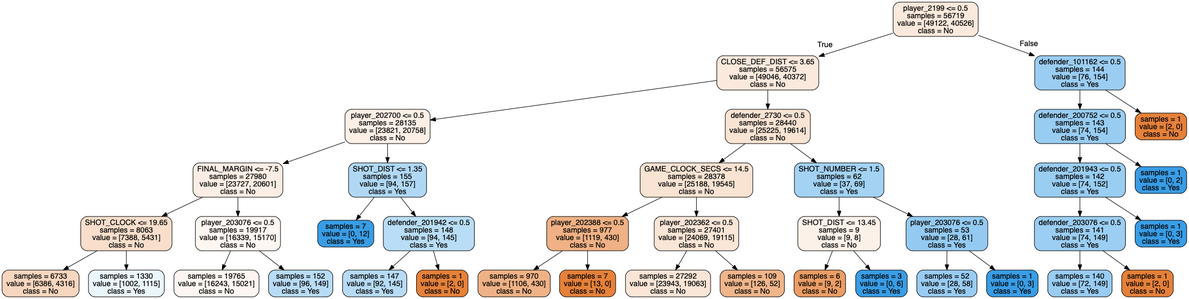
The Graphviz diagram forest_tree5.png in tianyi5309/303project, before a commit. Its source is kept beside it as forest_tree5.dot.
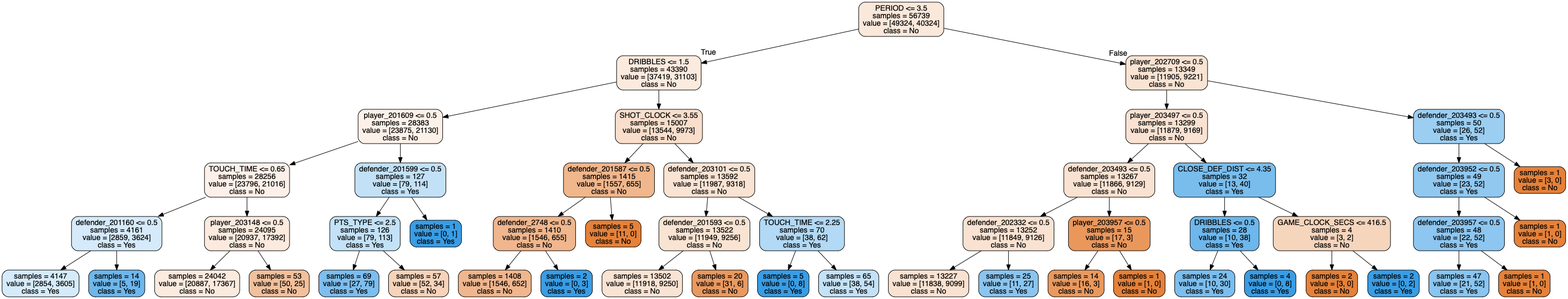
Later version of the same file.

What changed in the source:
```diff
@@ -1,81 +1,105 @@
 digraph Tree {
 node [shape=box, style="filled, rounded", color="black", fontname=helvetica] ;
 edge [fontname=helvetica] ;
-0 [label="player_2199 <= 0.5\nsamples = 56719\nvalue = [49122, 40526]\nclass = No", fillcolor="#fae9dc"] ;
-1 [label="CLOSE_DEF_DIST <= 3.65\nsamples = 56575\nvalue = [49046, 40372]\nclass = No", fillcolor="#fae9dc"] ;
+0 [label="PERIOD <= 3.5\nsamples = 56739\nvalue = [49324, 40324]\nclass = No", fillcolor="#fae8db"] ;
+1 [label="DRIBBLES <= 1.5\nsamples = 43390\nvalue = [37419, 31103]\nclass = No", fillcolor="#fbeade"] ;
 0 -> 1 [labeldistance=2.5, labelangle=45, headlabel="True"] ;
-2 [label="player_202700 <= 0.5\nsamples = 28135\nvalue = [23821, 20758]\nclass = No", fillcolor="#fcefe6"] ;
+2 [label="player_201609 <= 0.5\nsamples = 28383\nvalue = [23875, 21130]\nclass = No", fillcolor="#fcf1e8"] ;
 1 -> 2 ;
-3 [label="FINAL_MARGIN <= -7.5\nsamples = 27980\nvalue = [23727, 20601]\nclass = No", fillcolor="#fceee5"] ;
+3 [label="TOUCH_TIME <= 0.65\nsamples = 28256\nvalue = [23796, 21016]\nclass = No", fillcolor="#fcf0e8"] ;
 2 -> 3 ;
-4 [label="SHOT_CLOCK <= 19.65\nsamples = 8063\nvalue = [7388, 5431]\nclass = No", fillcolor="#f8decb"] ;
+4 [label="defender_201160 <= 0.5\nsamples = 4161\nvalue = [2859, 3624]\nclass = Yes", fillcolor="#d5eafa"] ;
 3 -> 4 ;
-5 [label="samples = 6733\nvalue = [6386, 4316]\nclass = No", fillcolor="#f7d6bf"] ;
+5 [label="samples = 4147\nvalue = [2854, 3605]\nclass = Yes", fillcolor="#d6ebfa"] ;
 4 -> 5 ;
-6 [label="samples = 1330\nvalue = [1002, 1115]\nclass = Yes", fillcolor="#ebf5fc"] ;
+6 [label="samples = 14\nvalue = [5, 19]\nclass = Yes", fillcolor="#6db7ec"] ;
 4 -> 6 ;
-7 [label="player_203076 <= 0.5\nsamples = 19917\nvalue = [16339, 15170]\nclass = No", fillcolor="#fdf6f1"] ;
+7 [label="player_203148 <= 0.5\nsamples = 24095\nvalue = [20937, 17392]\nclass = No", fillcolor="#fbeadd"] ;
 3 -> 7 ;
-8 [label="samples = 19765\nvalue = [16243, 15021]\nclass = No", fillcolor="#fdf6f0"] ;
+8 [label="samples = 24042\nvalue = [20887, 17367]\nclass = No", fillcolor="#fbeade"] ;
 7 -> 8 ;
-9 [label="samples = 152\nvalue = [96, 149]\nclass = Yes", fillcolor="#b9dcf6"] ;
+9 [label="samples = 53\nvalue = [50, 25]\nclass = No", fillcolor="#f2c09c"] ;
 7 -> 9 ;
-10 [label="SHOT_DIST <= 1.35\nsamples = 155\nvalue = [94, 157]\nclass = Yes", fillcolor="#b0d8f5"] ;
+10 [label="defender_201599 <= 0.5\nsamples = 127\nvalue = [79, 114]\nclass = Yes", fillcolor="#c2e1f7"] ;
 2 -> 10 ;
-11 [label="samples = 7\nvalue = [0, 12]\nclass = Yes", fillcolor="#399de5"] ;
+11 [label="PTS_TYPE <= 2.5\nsamples = 126\nvalue = [79, 113]\nclass = Yes", fillcolor="#c3e2f7"] ;
 10 -> 11 ;
-12 [label="defender_201942 <= 0.5\nsamples = 148\nvalue = [94, 145]\nclass = Yes", fillcolor="#b9ddf6"] ;
-10 -> 12 ;
-13 [label="samples = 147\nvalue = [92, 145]\nclass = Yes", fillcolor="#b7dbf5"] ;
-12 -> 13 ;
-14 [label="samples = 1\nvalue = [2, 0]\nclass = No", fillcolor="#e58139"] ;
-12 -> 14 ;
-15 [label="defender_2730 <= 0.5\nsamples = 28440\nvalue = [25225, 19614]\nclass = No", fillcolor="#f9e3d3"] ;
+12 [label="samples = 69\nvalue = [27, 79]\nclass = Yes", fillcolor="#7dbeee"] ;
+11 -> 12 ;
+13 [label="samples = 57\nvalue = [52, 34]\nclass = No", fillcolor="#f6d3ba"] ;
+11 -> 13 ;
+14 [label="samples = 1\nvalue = [0, 1]\nclass = Yes", fillcolor="#399de5"] ;
+10 -> 14 ;
+15 [label="SHOT_CLOCK <= 3.55\nsamples = 15007\nvalue = [13544, 9973]\nclass = No", fillcolor="#f8decb"] ;
 1 -> 15 ;
-16 [label="GAME_CLOCK_SECS <= 14.5\nsamples = 28378\nvalue = [25188, 19545]\nclass = No", fillcolor="#f9e3d3"] ;
+16 [label="defender_201587 <= 0.5\nsamples = 1415\nvalue = [1557, 655]\nclass = No", fillcolor="#f0b68c"] ;
 15 -> 16 ;
-17 [label="player_202388 <= 0.5\nsamples = 977\nvalue = [1119, 430]\nclass = No", fillcolor="#efb185"] ;
+17 [label="defender_2748 <= 0.5\nsamples = 1410\nvalue = [1546, 655]\nclass = No", fillcolor="#f0b68d"] ;
 16 -> 17 ;
-18 [label="samples = 970\nvalue = [1106, 430]\nclass = No", fillcolor="#efb286"] ;
+18 [label="samples = 1408\nvalue = [1546, 652]\nclass = No", fillcolor="#f0b68d"] ;
 17 -> 18 ;
-19 [label="samples = 7\nvalue = [13, 0]\nclass = No", fillcolor="#e58139"] ;
+19 [label="samples = 2\nvalue = [0, 3]\nclass = Yes", fillcolor="#399de5"] ;
 17 -> 19 ;
-20 [label="player_202362 <= 0.5\nsamples = 27401\nvalue = [24069, 19115]\nclass = No", fillcolor="#fae5d6"] ;
+20 [label="samples = 5\nvalue = [11, 0]\nclass = No", fillcolor="#e58139"] ;
 16 -> 20 ;
-21 [label="samples = 27292\nvalue = [23943, 19063]\nclass = No", fillcolor="#fae5d7"] ;
-20 -> 21 ;
-22 [label="samples = 109\nvalue = [126, 52]\nclass = No", fillcolor="#f0b58b"] ;
-20 -> 22 ;
-23 [label="SHOT_NUMBER <= 1.5\nsamples = 62\nvalue = [37, 69]\nclass = Yes", fillcolor="#a3d2f3"] ;
-15 -> 23 ;
-24 [label="SHOT_DIST <= 13.45\nsamples = 9\nvalue = [9, 8]\nclass = No", fillcolor="#fcf1e9"] ;
-23 -> 24 ;
-25 [label="samples = 6\nvalue = [9, 2]\nclass = No", fillcolor="#eb9d65"] ;
-24 -> 25 ;
-26 [label="samples = 3\nvalue = [0, 6]\nclass = Yes", fillcolor="#399de5"] ;
-24 -> 26 ;
-27 [label="player_203076 <= 0.5\nsamples = 53\nvalue = [28, 61]\nclass = Yes", fillcolor="#94caf1"] ;
-23 -> 27 ;
-28 [label="samples = 52\nvalue = [28, 58]\nclass = Yes", fillcolor="#99ccf2"] ;
-27 -> 28 ;
-29 [label="samples = 1\nvalue = [0, 3]\nclass = Yes", fillcolor="#399de5"] ;
-27 -> 29 ;
-30 [label="defender_101162 <= 0.5\nsamples = 144\nvalue = [76, 154]\nclass = Yes", fillcolor="#9bcdf2"] ;
-0 -> 30 [labeldistance=2.5, labelangle=-45, headlabel="False"] ;
-31 [label="defender_200752 <= 0.5\nsamples = 143\nvalue = [74, 154]\nclass = Yes", fillcolor="#98ccf1"] ;
+21 [label="defender_203101 <= 0.5\nsamples = 13592\nvalue = [11987, 9318]\nclass = No", fillcolor="#f9e3d3"] ;
+15 -> 21 ;
+22 [label="defender_201593 <= 0.5\nsamples = 13522\nvalue = [11949, 9256]\nclass = No", fillcolor="#f9e3d2"] ;
+21 -> 22 ;
+23 [label="samples = 13502\nvalue = [11918, 9250]\nclass = No", fillcolor="#f9e3d3"] ;
+22 -> 23 ;
+24 [label="samples = 20\nvalue = [31, 6]\nclass = No", fillcolor="#ea995f"] ;
+22 -> 24 ;
+25 [label="TOUCH_TIME <= 2.25\nsamples = 70\nvalue = [38, 62]\nclass = Yes", fillcolor="#b2d9f5"] ;
+21 -> 25 ;
+26 [label="samples = 5\nvalue = [0, 8]\nclass = Yes", fillcolor="#399de5"] ;
+25 -> 26 ;
+27 [label="samples = 65\nvalue = [38, 54]\nclass = Yes", fillcolor="#c4e2f7"] ;
+25 -> 27 ;
+28 [label="player_202709 <= 0.5\nsamples = 13349\nvalue = [11905, 9221]\nclass = No", fillcolor="#f9e3d2"] ;
+0 -> 28 [labeldistance=2.5, labelangle=-45, headlabel="False"] ;
+29 [label="player_203497 <= 0.5\nsamples = 13299\nvalue = [11879, 9169]\nclass = No", fillcolor="#f9e2d2"] ;
+28 -> 29 ;
+30 [label="defender_203493 <= 0.5\nsamples = 13267\nvalue = [11866, 9129]\nclass = No", fillcolor="#f9e2d1"] ;
+29 -> 30 ;
+31 [label="defender_202332 <= 0.5\nsamples = 13252\nvalue = [11849, 9126]\nclass = No", fillcolor="#f9e2d1"] ;
 30 -> 31 ;
-32 [label="defender_201943 <= 0.5\nsamples = 142\nvalue = [74, 152]\nclass = Yes", fillcolor="#99cdf2"] ;
+32 [label="samples = 13227\nvalue = [11838, 9099]\nclass = No", fillcolor="#f9e2d1"] ;
 31 -> 32 ;
-33 [label="defender_203076 <= 0.5\nsamples = 141\nvalue = [74, 149]\nclass = Yes", fillcolor="#9bcef2"] ;
-32 -> 33 ;
-34 [label="samples = 140\nvalue = [72, 149]\nclass = Yes", fillcolor="#99ccf2"] ;
-33 -> 34 ;
-35 [label="samples = 1\nvalue = [2, 0]\nclass = No", fillcolor="#e58139"] ;
-33 -> 35 ;
-36 [label="samples = 1\nvalue = [0, 3]\nclass = Yes", fillcolor="#399de5"] ;
-32 -> 36 ;
-37 [label="samples = 1\nvalue = [0, 2]\nclass = Yes", fillcolor="#399de5"] ;
-31 -> 37 ;
-38 [label="samples = 1\nvalue = [2, 0]\nclass = No", fillcolor="#e58139"] ;
-30 -> 38 ;
+33 [label="samples = 25\nvalue = [11, 27]\nclass = Yes", fillcolor="#8ac5f0"] ;
+31 -> 33 ;
+34 [label="player_203957 <= 0.5\nsamples = 15\nvalue = [17, 3]\nclass = No", fillcolor="#ea975c"] ;
+30 -> 34 ;
+35 [label="samples = 14\nvalue = [16, 3]\nclass = No", fillcolor="#ea995e"] ;
+34 -> 35 ;
+36 [label="samples = 1\nvalue = [1, 0]\nclass = No", fillcolor="#e58139"] ;
+34 -> 36 ;
+37 [label="CLOSE_DEF_DIST <= 4.35\nsamples = 32\nvalue = [13, 40]\nclass = Yes", fillcolor="#79bded"] ;
+29 -> 37 ;
+38 [label="DRIBBLES <= 0.5\nsamples = 28\nvalue = [10, 38]\nclass = Yes", fillcolor="#6db7ec"] ;
+37 -> 38 ;
+39 [label="samples = 24\nvalue = [10, 30]\nclass = Yes", fillcolor="#7bbeee"] ;
+38 -> 39 ;
+40 [label="samples = 4\nvalue = [0, 8]\nclass = Yes", fillcolor="#399de5"] ;
+38 -> 40 ;
+41 [label="GAME_CLOCK_SECS <= 416.5\nsamples = 4\nvalue = [3, 2]\nclass = No", fillcolor="#f6d5bd"] ;
+37 -> 41 ;
+42 [label="samples = 2\nvalue = [3, 0]\nclass = No", fillcolor="#e58139"] ;
+41 -> 42 ;
+43 [label="samples = 2\nvalue = [0, 2]\nclass = Yes", fillcolor="#399de5"] ;
+41 -> 43 ;
+44 [label="defender_203493 <= 0.5\nsamples = 50\nvalue = [26, 52]\nclass = Yes", fillcolor="#9ccef2"] ;
+28 -> 44 ;
+45 [label="defender_203952 <= 0.5\nsamples = 49\nvalue = [23, 52]\nclass = Yes", fillcolor="#91c8f0"] ;
+44 -> 45 ;
+46 [label="defender_203957 <= 0.5\nsamples = 48\nvalue = [22, 52]\nclass = Yes", fillcolor="#8dc6f0"] ;
+45 -> 46 ;
+47 [label="samples = 47\nvalue = [21, 52]\nclass = Yes", fillcolor="#89c5f0"] ;
+46 -> 47 ;
+48 [label="samples = 1\nvalue = [1, 0]\nclass = No", fillcolor="#e58139"] ;
+46 -> 48 ;
+49 [label="samples = 1\nvalue = [1, 0]\nclass = No", fillcolor="#e58139"] ;
+45 -> 49 ;
+50 [label="samples = 1\nvalue = [3, 0]\nclass = No", fillcolor="#e58139"] ;
+44 -> 50 ;
 }
```
